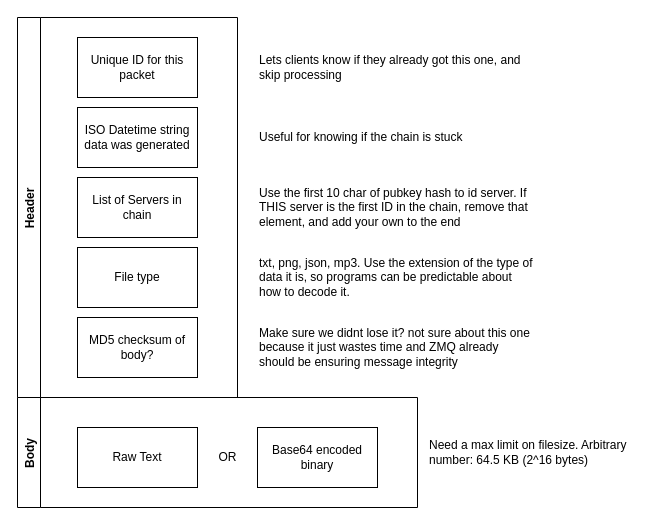
The draw.io diagram page "Packet" (4 of 4) of docs/netkiss.drawio in starmaid/netkiss, before the edit. Source tidied: cells renumbered, new cells numbered last; positions are measured from the earlier drawing's top-left corner, leaving out a move shared by most shapes. Both pictures are drawn from the tidied source at 100%, with x=0, y=0 at pixel (17, 17).
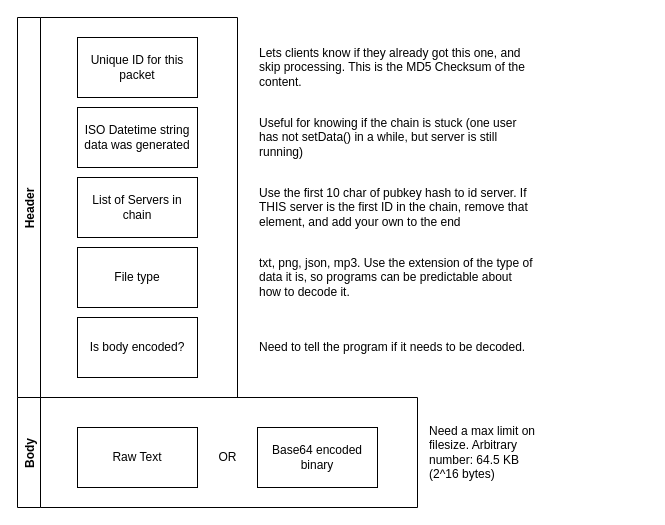
The same page after the edit.

The edit, as a diff of the source:
```diff
@@
 <mxGraphModel>
   <root>
     <mxCell id="0" />
     <mxCell id="1" parent="0" />
     <mxCell id="2" value="Header" style="swimlane;horizontal=0;" parent="1" vertex="1">
       <mxGeometry width="220" height="380" as="geometry" />
     </mxCell>
     <mxCell id="3" value="Unique ID for this packet" style="rounded=0;whiteSpace=wrap;html=1;" parent="2" vertex="1">
       <mxGeometry x="60" y="20" width="120" height="60" as="geometry" />
     </mxCell>
     <mxCell id="4" value="List of Servers in chain" style="rounded=0;whiteSpace=wrap;html=1;" parent="2" vertex="1">
       <mxGeometry x="60" y="160" width="120" height="60" as="geometry" />
     </mxCell>
     <mxCell id="5" value="File type" style="rounded=0;whiteSpace=wrap;html=1;" parent="2" vertex="1">
       <mxGeometry x="60" y="230" width="120" height="60" as="geometry" />
     </mxCell>
-    <mxCell id="6" value="MD5 checksum of body?" style="rounded=0;whiteSpace=wrap;html=1;" parent="2" vertex="1">
+    <mxCell id="6" value="Is body encoded?" style="rounded=0;whiteSpace=wrap;html=1;" parent="2" vertex="1">
       <mxGeometry x="60" y="300" width="120" height="60" as="geometry" />
     </mxCell>
     <mxCell id="7" value="ISO Datetime string data was generated" style="rounded=0;whiteSpace=wrap;html=1;" parent="2" vertex="1">
       <mxGeometry x="60" y="90" width="120" height="60" as="geometry" />
     </mxCell>
     <mxCell id="8" value="Body" style="swimlane;horizontal=0;" parent="1" vertex="1">
       <mxGeometry y="380" width="400" height="110" as="geometry" />
     </mxCell>
     <mxCell id="9" value="Raw Text" style="rounded=0;whiteSpace=wrap;html=1;" parent="8" vertex="1">
       <mxGeometry x="60" y="30" width="120" height="60" as="geometry" />
     </mxCell>
     <mxCell id="10" value="Base64 encoded binary" style="rounded=0;whiteSpace=wrap;html=1;" parent="8" vertex="1">
       <mxGeometry x="240" y="30" width="120" height="60" as="geometry" />
     </mxCell>
     <mxCell id="11" value="OR" style="text;html=1;align=center;verticalAlign=middle;strokeColor=none;fillColor=none;" parent="8" vertex="1">
       <mxGeometry x="190" y="45" width="40" height="30" as="geometry" />
     </mxCell>
-    <mxCell id="12" value="Lets clients know if they already got this one, and skip processing" style="text;html=1;strokeColor=none;fillColor=none;align=left;verticalAlign=middle;whiteSpace=wrap;rounded=0;" parent="1" vertex="1">
+    <mxCell id="12" value="Lets clients know if they already got this one, and skip processing. This is the MD5 Checksum of the content." style="text;html=1;strokeColor=none;fillColor=none;align=left;verticalAlign=middle;whiteSpace=wrap;rounded=0;" parent="1" vertex="1">
       <mxGeometry x="240" y="20" width="280" height="60" as="geometry" />
     </mxCell>
     <mxCell id="13" value="Use the first 10 char of pubkey hash to id server. If THIS server is the first ID in the chain, remove that element, and add your own to the end" style="text;html=1;strokeColor=none;fillColor=none;align=left;verticalAlign=middle;whiteSpace=wrap;rounded=0;" parent="1" vertex="1">
       <mxGeometry x="240" y="160" width="280" height="60" as="geometry" />
     </mxCell>
     <mxCell id="14" value="txt, png, json, mp3. Use the extension of the type of data it is, so programs can be predictable about how to decode it." style="text;html=1;strokeColor=none;fillColor=none;align=left;verticalAlign=middle;whiteSpace=wrap;rounded=0;" parent="1" vertex="1">
       <mxGeometry x="240" y="230" width="280" height="60" as="geometry" />
     </mxCell>
     <mxCell id="15" value="Need a max limit on filesize. Arbitrary number: 64.5 KB (2^16 bytes)" style="text;html=1;strokeColor=none;fillColor=none;align=left;verticalAlign=middle;whiteSpace=wrap;rounded=0;" parent="1" vertex="1">
-      <mxGeometry x="410" y="392.5" width="220" height="85" as="geometry" />
+      <mxGeometry x="410" y="392.5" width="120" height="85" as="geometry" />
     </mxCell>
-    <mxCell id="16" value="Make sure we didnt lose it? not sure about this one because it just wastes time and ZMQ already should be ensuring message integrity" style="text;html=1;strokeColor=none;fillColor=none;align=left;verticalAlign=middle;whiteSpace=wrap;rounded=0;" parent="1" vertex="1">
+    <mxCell id="16" value="Need to tell the program if it needs to be decoded." style="text;html=1;strokeColor=none;fillColor=none;align=left;verticalAlign=middle;whiteSpace=wrap;rounded=0;" parent="1" vertex="1">
       <mxGeometry x="240" y="300" width="280" height="60" as="geometry" />
     </mxCell>
-    <mxCell id="17" value="Useful for knowing if the chain is stuck" style="text;html=1;strokeColor=none;fillColor=none;align=left;verticalAlign=middle;whiteSpace=wrap;rounded=0;" parent="1" vertex="1">
+    <mxCell id="17" value="Useful for knowing if the chain is stuck (one user has not setData() in a while, but server is still running)" style="text;html=1;strokeColor=none;fillColor=none;align=left;verticalAlign=middle;whiteSpace=wrap;rounded=0;" parent="1" vertex="1">
       <mxGeometry x="240" y="90" width="280" height="60" as="geometry" />
     </mxCell>
   </root>
 </mxGraphModel>
```
